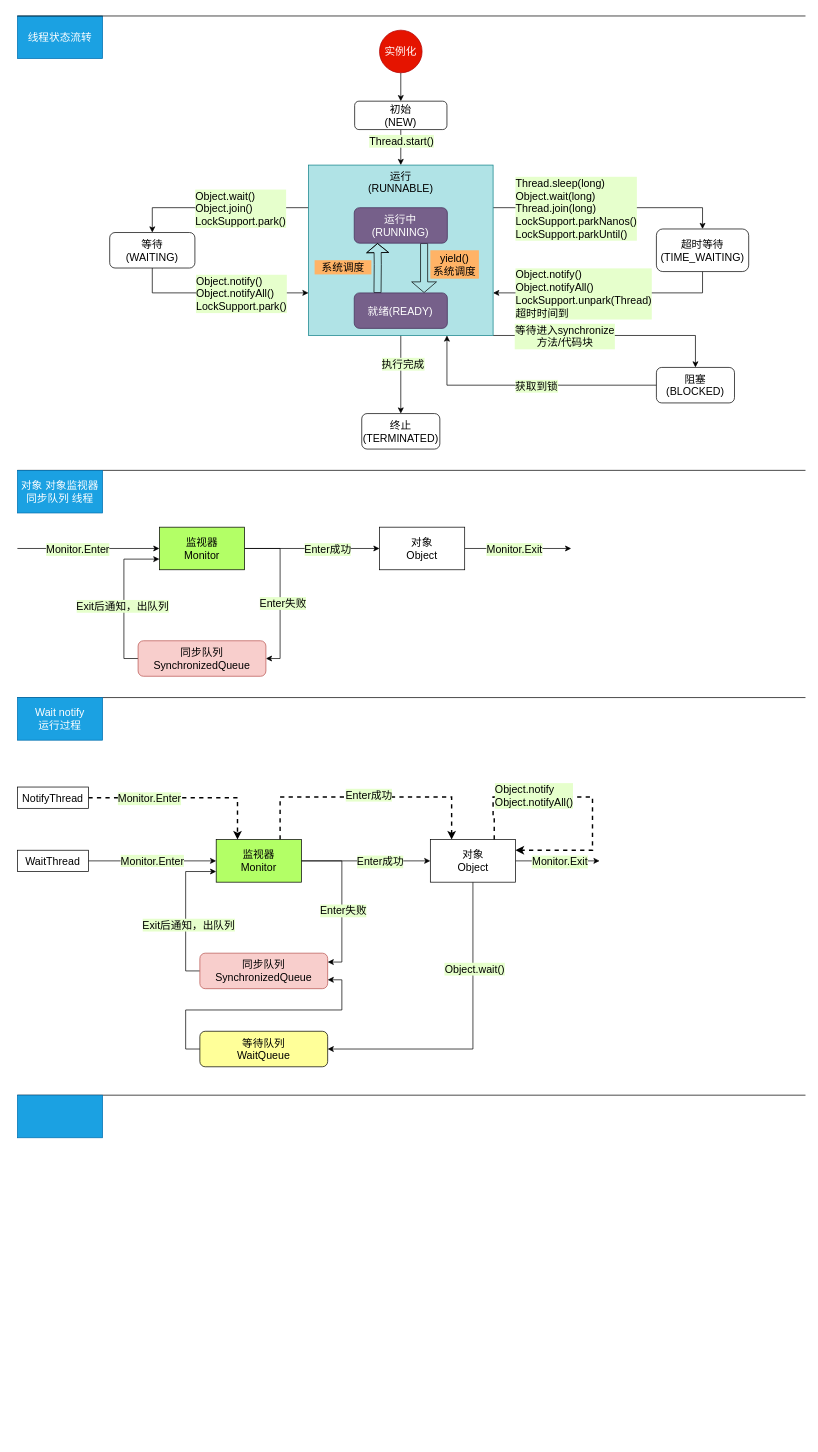
anDongCoder/draw-io keeps this draw.io diagram as ConcurrencyProgramming.drawio. Above is the earlier version. Source tidied: cells renumbered, new cells numbered last; positions are measured from the earlier drawing's top-left corner, leaving out a move shared by most shapes. Both pictures are drawn from the tidied source at 71%, with x=0, y=0 at pixel (17, 12).
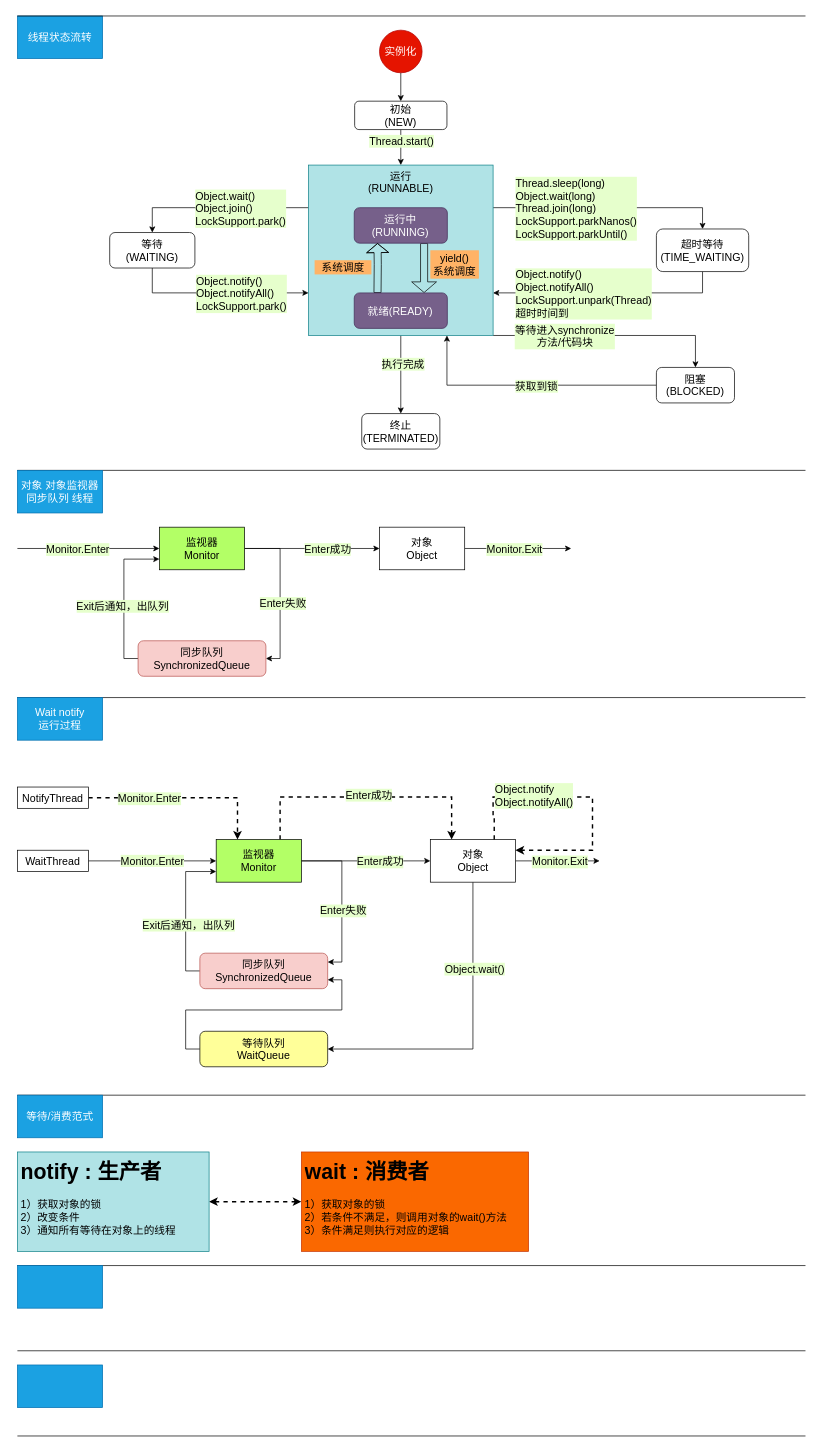
Above is the later version.

Change to the diagram source:
```diff
@@
-    <mxCell id="77" style="rounded=0;whiteSpace=wrap;html=1;fillColor=#1ba1e2;strokeColor=#006EAF;fontColor=#ffffff;fontSize=15;" parent="1" vertex="1">
+    <mxCell id="77" value="等待/消费范式" style="rounded=0;whiteSpace=wrap;html=1;fillColor=#1ba1e2;strokeColor=#006EAF;fontColor=#ffffff;fontSize=15;" parent="1" vertex="1">
       <mxGeometry y="1525" width="120" height="60" as="geometry" />
     </mxCell>
+    <mxCell id="78" style="endArrow=classic;startArrow=classic;html=1;dashed=1;fontSize=15;fontColor=#000000;strokeWidth=2;entryX=0;entryY=0.5;entryDx=0;entryDy=0;exitX=1;exitY=0.5;exitDx=0;exitDy=0;" parent="1" edge="1" source="79" target="80">
+      <mxGeometry relative="1" as="geometry" />
+    </mxCell>
+    <mxCell id="79" value="&lt;h1&gt;notify : 生产者&lt;/h1&gt;&lt;div&gt;1）获取对象的锁&lt;/div&gt;&lt;div&gt;2）改变条件&lt;/div&gt;&lt;div&gt;3）通知所有等待在对象上的线程&lt;/div&gt;" style="text;html=1;strokeColor=#0e8088;fillColor=#b0e3e6;spacing=5;spacingTop=-20;whiteSpace=wrap;overflow=hidden;rounded=0;labelBackgroundColor=none;fontSize=15;align=left;" parent="1" vertex="1">
+      <mxGeometry y="1605" width="270" height="140" as="geometry" />
+    </mxCell>
+    <mxCell id="80" value="&lt;h1&gt;wait : 消费者&lt;/h1&gt;&lt;div&gt;1）获取对象的锁&lt;/div&gt;&lt;div&gt;2）若条件不满足，则调用对象的wait()方法&lt;/div&gt;&lt;div&gt;3）条件满足则执行对应的逻辑&lt;/div&gt;" style="text;html=1;strokeColor=#C73500;fillColor=#fa6800;spacing=5;spacingTop=-20;whiteSpace=wrap;overflow=hidden;rounded=0;labelBackgroundColor=none;fontSize=15;align=left;fontColor=#000000;" parent="1" vertex="1">
+      <mxGeometry x="400" y="1605" width="320" height="140" as="geometry" />
+    </mxCell>
+    <mxCell id="81" style="line;strokeWidth=1;html=1;" parent="1" vertex="1">
+      <mxGeometry y="1760" width="1110" height="10" as="geometry" />
+    </mxCell>
+    <mxCell id="82" style="rounded=0;whiteSpace=wrap;html=1;fillColor=#1ba1e2;strokeColor=#006EAF;fontColor=#ffffff;fontSize=15;" parent="1" vertex="1">
+      <mxGeometry y="1765" width="120" height="60" as="geometry" />
+    </mxCell>
+    <mxCell id="83" style="line;strokeWidth=1;html=1;" parent="1" vertex="1">
+      <mxGeometry y="1880" width="1110" height="10" as="geometry" />
+    </mxCell>
+    <mxCell id="84" style="rounded=0;whiteSpace=wrap;html=1;fillColor=#1ba1e2;strokeColor=#006EAF;fontColor=#ffffff;fontSize=15;" parent="1" vertex="1">
+      <mxGeometry y="1905" width="120" height="60" as="geometry" />
+    </mxCell>
+    <mxCell id="85" style="line;strokeWidth=1;html=1;" parent="1" vertex="1">
+      <mxGeometry y="2000" width="1110" height="10" as="geometry" />
+    </mxCell>
```
